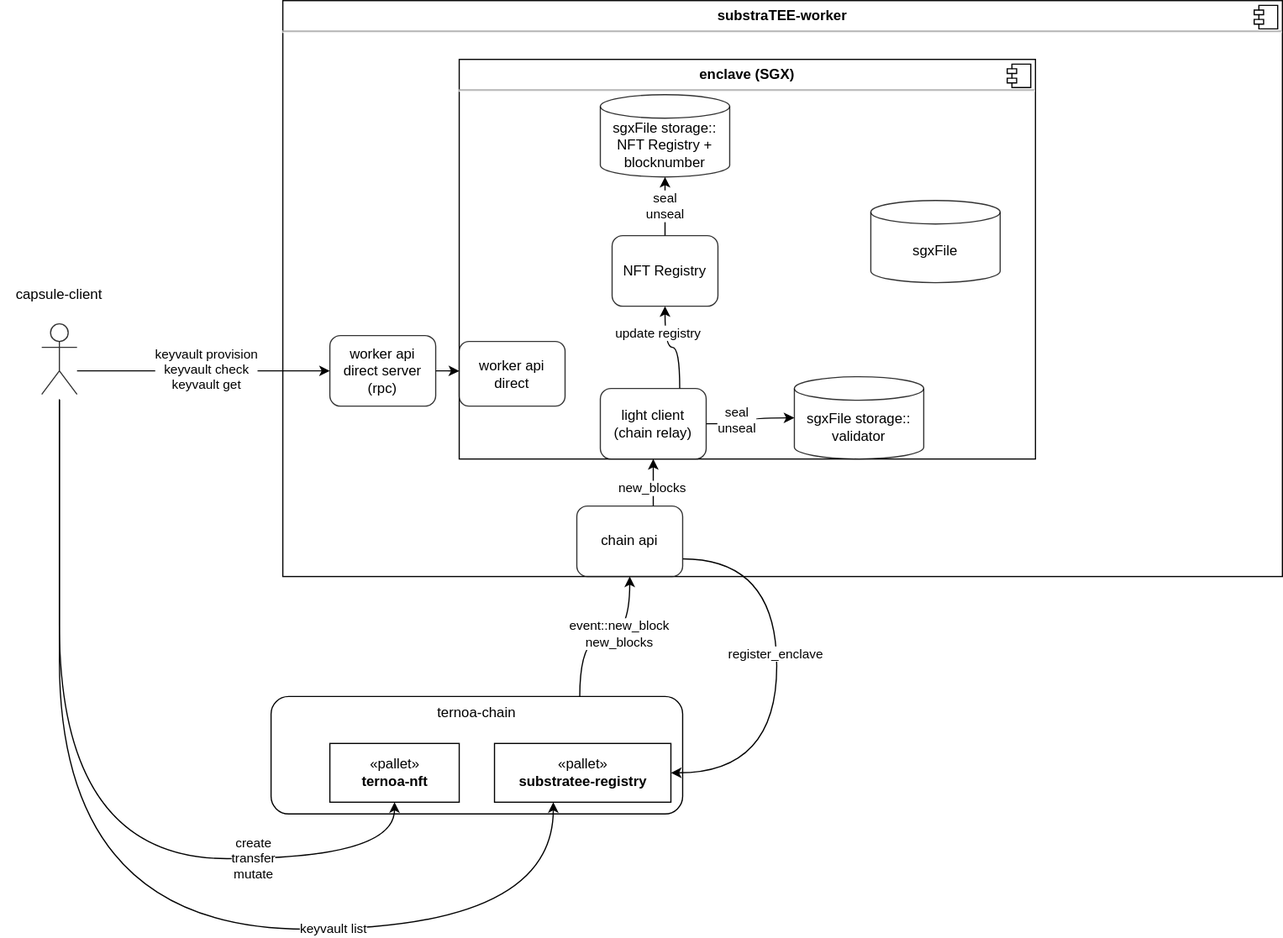
Before: overview_ternoa.svg, a diagram exported from draw.io (haerdib/substraTEE_diagramms). Source tidied: cells renumbered, new cells last; positions are measured from the earlier drawing's top-left corner, leaving out a move shared by most shapes.
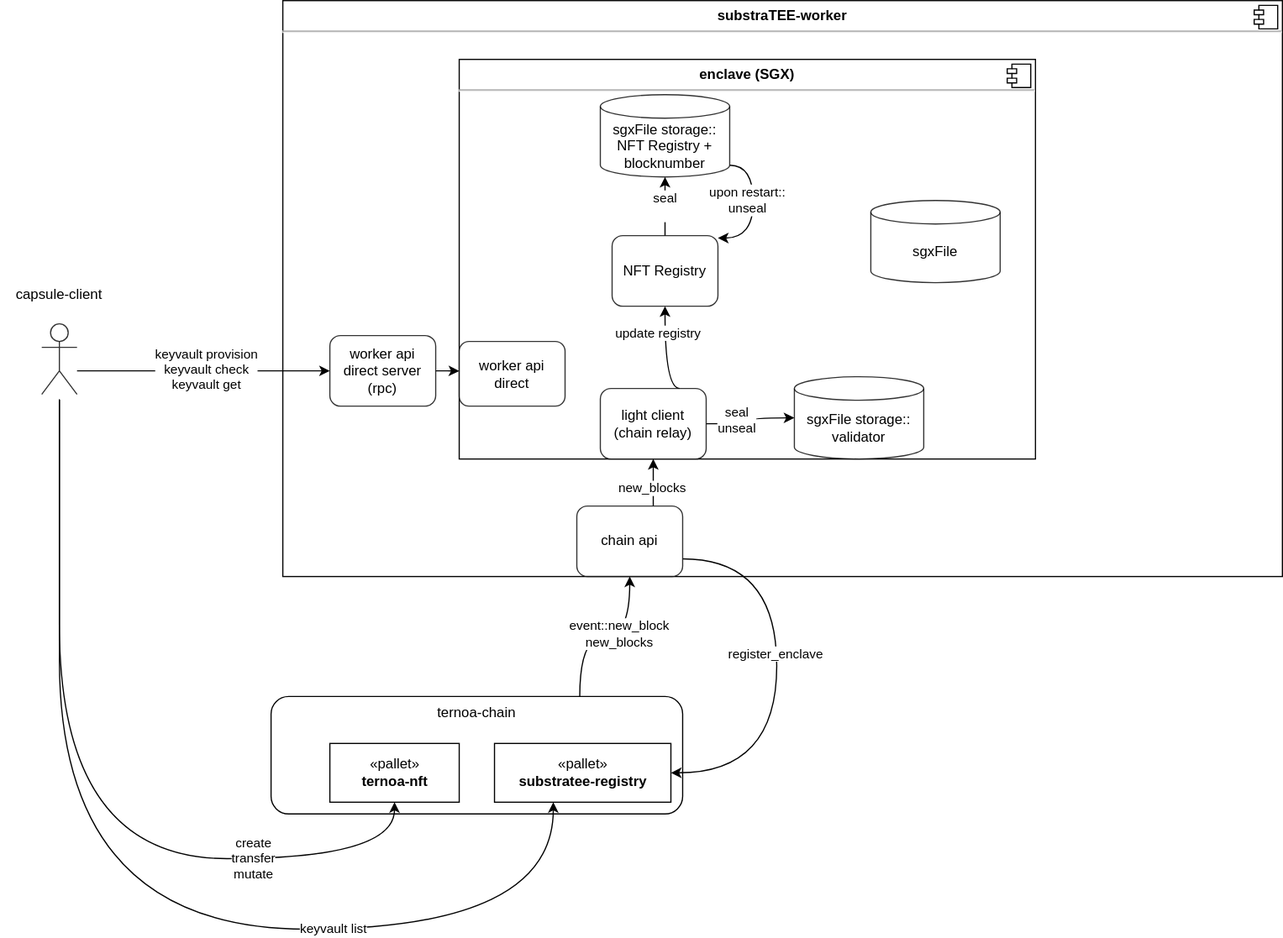
Later version of the same file.

Change to the diagram source:
```diff
@@ -34,7 +34,11 @@
       <mxGeometry x="420" y="632" width="150" height="50" as="geometry" />
     </mxCell>
     <mxCell id="11" style="edgeStyle=orthogonalEdgeStyle;curved=1;jettySize=auto;html=1;exitX=0.75;exitY=0;exitDx=0;exitDy=0;" parent="1" edge="1" source="15" target="35">
-      <mxGeometry relative="1" as="geometry" />
+      <mxGeometry relative="1" as="geometry">
+        <Array as="points">
+          <mxPoint x="565" y="330" />
+        </Array>
+      </mxGeometry>
     </mxCell>
     <mxCell id="12" value="update registry" style="edgeLabel;html=1;align=center;verticalAlign=middle;" parent="11" vertex="1">
       <mxGeometry x="0.56" y="-10" relative="1" as="geometry">
@@ -136,13 +140,21 @@
         <mxPoint x="-5" y="-1" as="offset" />
       </mxGeometry>
     </mxCell>
+    <mxCell id="37" style="edgeStyle=orthogonalEdgeStyle;curved=1;jettySize=auto;html=1;exitX=1;exitY=1;exitDx=0;exitDy=-10;exitPerimeter=0;entryX=1;entryY=0.033;entryDx=0;entryDy=0;entryPerimeter=0;" parent="1" edge="1" source="32" target="35">
+      <mxGeometry relative="1" as="geometry" />
+    </mxCell>
+    <mxCell id="38" value="&lt;div&gt;upon restart::&lt;/div&gt;&lt;div&gt;unseal&lt;br&gt;&lt;/div&gt;" style="edgeLabel;html=1;align=center;verticalAlign=middle;" parent="37" vertex="1">
+      <mxGeometry x="0.19" y="-1" relative="1" as="geometry">
+        <mxPoint x="-4" y="-17" as="offset" />
+      </mxGeometry>
+    </mxCell>
     <mxCell id="32" value="&lt;div&gt;sgxFile storage::&lt;/div&gt;&lt;div&gt;NFT Registry + blocknumber&lt;br&gt;&lt;/div&gt;" style="shape=cylinder3;whiteSpace=wrap;html=1;boundedLbl=1;backgroundOutline=1;size=10;opacity=80;" parent="1" vertex="1">
       <mxGeometry x="510" y="80" width="110" height="70" as="geometry" />
     </mxCell>
     <mxCell id="33" value="worker api&lt;br&gt;direct" style="rounded=1;whiteSpace=wrap;html=1;opacity=80;" parent="1" vertex="1">
       <mxGeometry x="390" y="290" width="90" height="55" as="geometry" />
     </mxCell>
-    <mxCell id="34" value="&lt;div&gt;seal&lt;/div&gt;&lt;div&gt;unseal&lt;br&gt;&lt;/div&gt;" style="edgeStyle=orthogonalEdgeStyle;curved=1;jettySize=auto;html=1;exitX=0.5;exitY=0;exitDx=0;exitDy=0;entryX=0.5;entryY=1;entryDx=0;entryDy=0;entryPerimeter=0;" parent="1" edge="1" source="35" target="32">
+    <mxCell id="34" value="&lt;div&gt;seal&lt;/div&gt;&lt;div&gt;&lt;br&gt;&lt;/div&gt;" style="edgeStyle=orthogonalEdgeStyle;curved=1;jettySize=auto;html=1;exitX=0.5;exitY=0;exitDx=0;exitDy=0;entryX=0.5;entryY=1;entryDx=0;entryDy=0;entryPerimeter=0;" parent="1" edge="1" source="35" target="32">
       <mxGeometry relative="1" as="geometry" />
     </mxCell>
     <mxCell id="35" value="NFT Registry" style="rounded=1;whiteSpace=wrap;html=1;opacity=80;" parent="1" vertex="1">
```
